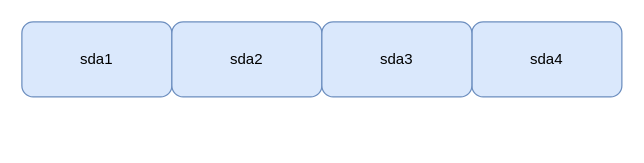
The draw.io diagram DPT.drawio in wupei-w/diagrams, before the edit. Source tidied: cells renumbered, new cells numbered last; positions are measured from the earlier drawing's top-left corner, leaving out a move shared by most shapes. Both pictures are drawn from the tidied source at 125%, with x=0, y=0 at pixel (21, 21).
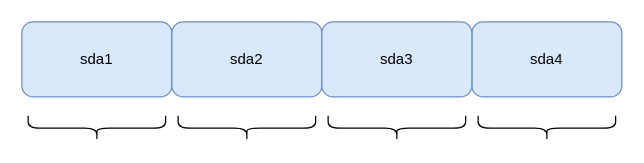
After the change.

What changed in the source:
```diff
@@
 <mxGraphModel>
   <root>
     <mxCell id="0" />
     <mxCell id="1" parent="0" />
     <mxCell id="2" value="sda1" style="rounded=1;whiteSpace=wrap;html=1;fillColor=#dae8fc;strokeColor=#6c8ebf;" parent="1" vertex="1">
       <mxGeometry width="120" height="60" as="geometry" />
     </mxCell>
     <mxCell id="3" value="sda2" style="rounded=1;whiteSpace=wrap;html=1;fillColor=#dae8fc;strokeColor=#6c8ebf;" parent="1" vertex="1">
       <mxGeometry x="120" width="120" height="60" as="geometry" />
     </mxCell>
     <mxCell id="4" value="sda4" style="rounded=1;whiteSpace=wrap;html=1;fillColor=#dae8fc;strokeColor=#6c8ebf;" parent="1" vertex="1">
       <mxGeometry x="360" width="120" height="60" as="geometry" />
     </mxCell>
     <mxCell id="5" value="sda3" style="rounded=1;whiteSpace=wrap;html=1;fillColor=#dae8fc;strokeColor=#6c8ebf;" parent="1" vertex="1">
       <mxGeometry x="240" width="120" height="60" as="geometry" />
     </mxCell>
+    <mxCell id="6" style="shape=curlyBracket;whiteSpace=wrap;html=1;rounded=1;rotation=-90;" parent="1" vertex="1">
+      <mxGeometry x="50" y="30" width="20" height="110" as="geometry" />
+    </mxCell>
+    <mxCell id="7" style="shape=curlyBracket;whiteSpace=wrap;html=1;rounded=1;rotation=-90;" parent="1" vertex="1">
+      <mxGeometry x="170" y="30" width="20" height="110" as="geometry" />
+    </mxCell>
+    <mxCell id="8" style="shape=curlyBracket;whiteSpace=wrap;html=1;rounded=1;rotation=-90;" parent="1" vertex="1">
+      <mxGeometry x="290" y="30" width="20" height="110" as="geometry" />
+    </mxCell>
+    <mxCell id="9" style="shape=curlyBracket;whiteSpace=wrap;html=1;rounded=1;rotation=-90;" parent="1" vertex="1">
+      <mxGeometry x="410" y="30" width="20" height="110" as="geometry" />
+    </mxCell>
   </root>
 </mxGraphModel>
```
